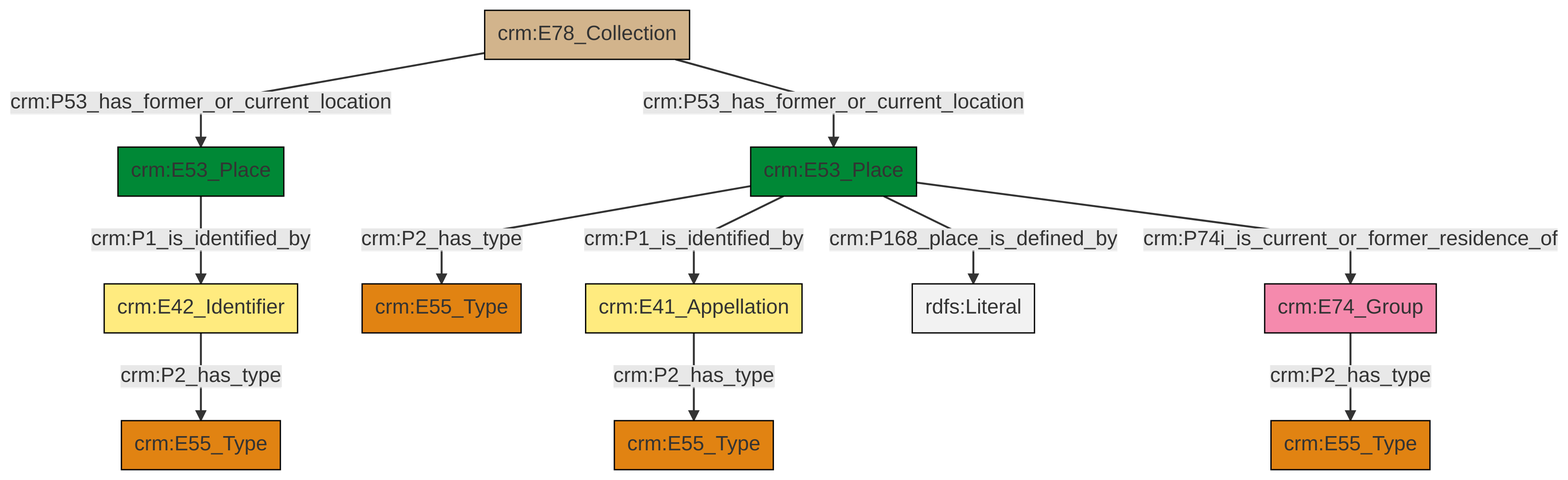
Above: et/archivalCSV/ttl/mmd/png/archival_location.png in swiss-art-research-net/docs.swissartresearch (Mermaid), before the change. Its source is kept beside it as et/archivalCSV/ttl/mmd/archival_location.ttl.mmd.
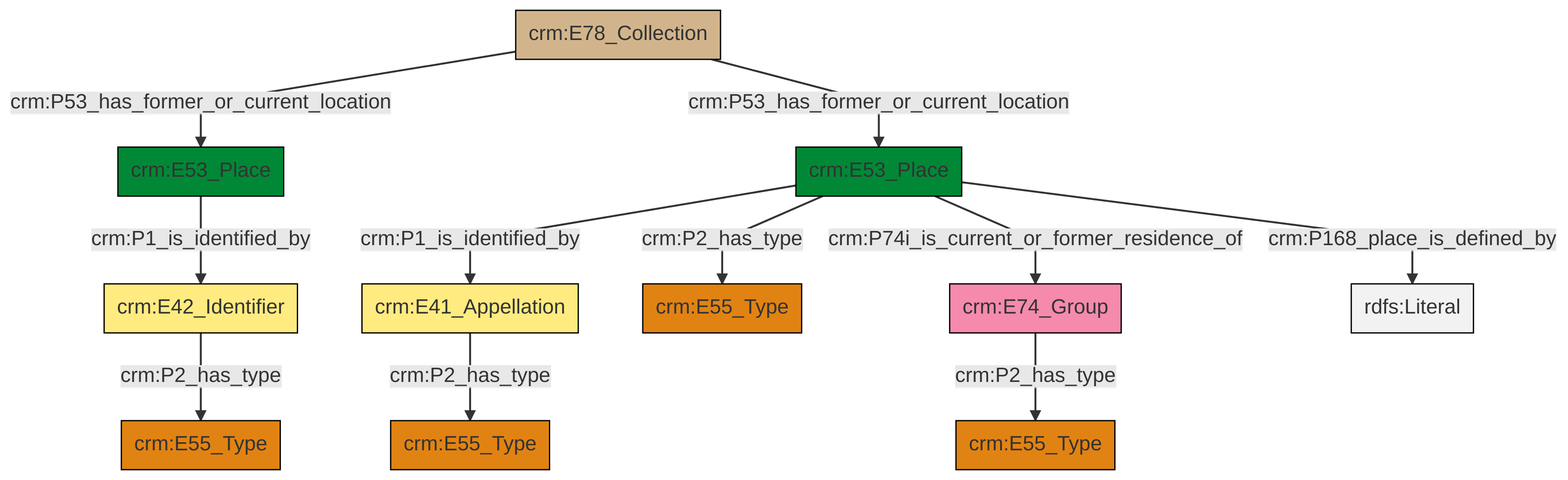
The same diagram one commit later.

What changed in the source:
```diff
@@ -13,13 +13,13 @@
 classDef PC_Classes fill:#4ce600, stroke:#000000;
 classDef Multi fill:#cccccc,stroke:#000000;
 
-0["crm:E53_Place"]:::Place -->|crm:P2_has_type| 1["crm:E55_Type"]:::Type
-2["crm:E78_Collection"]:::Physical_Thing -->|crm:P53_has_former_or_current_location| 3["crm:E53_Place"]:::Place
-2["crm:E78_Collection"]:::Physical_Thing -->|crm:P53_has_former_or_current_location| 0["crm:E53_Place"]:::Place
-3["crm:E53_Place"]:::Place -->|crm:P1_is_identified_by| 6["crm:E42_Identifier"]:::Appellation
-7["crm:E74_Group"]:::Actor -->|crm:P2_has_type| 9["crm:E55_Type"]:::Type
-0["crm:E53_Place"]:::Place -->|crm:P1_is_identified_by| 11["crm:E41_Appellation"]:::Appellation
-0["crm:E53_Place"]:::Place -->|crm:P168_place_is_defined_by| 12[rdfs:Literal]:::Literal
-0["crm:E53_Place"]:::Place -->|crm:P74i_is_current_or_former_residence_of| 7["crm:E74_Group"]:::Actor
-6["crm:E42_Identifier"]:::Appellation -->|crm:P2_has_type| 13["crm:E55_Type"]:::Type
-11["crm:E41_Appellation"]:::Appellation -->|crm:P2_has_type| 16["crm:E55_Type"]:::Type
+0["crm:E53_Place"]:::Place -->|crm:P1_is_identified_by| 1["crm:E41_Appellation"]:::Appellation
+2["crm:E53_Place"]:::Place -->|crm:P1_is_identified_by| 3["crm:E42_Identifier"]:::Appellation
+4["crm:E78_Collection"]:::Physical_Thing -->|crm:P53_has_former_or_current_location| 2["crm:E53_Place"]:::Place
+4["crm:E78_Collection"]:::Physical_Thing -->|crm:P53_has_former_or_current_location| 0["crm:E53_Place"]:::Place
+12["crm:E74_Group"]:::Actor -->|crm:P2_has_type| 13["crm:E55_Type"]:::Type
+1["crm:E41_Appellation"]:::Appellation -->|crm:P2_has_type| 14["crm:E55_Type"]:::Type
+0["crm:E53_Place"]:::Place -->|crm:P168_place_is_defined_by| 15[rdfs:Literal]:::Literal
+0["crm:E53_Place"]:::Place -->|crm:P2_has_type| 5["crm:E55_Type"]:::Type
+0["crm:E53_Place"]:::Place -->|crm:P74i_is_current_or_former_residence_of| 12["crm:E74_Group"]:::Actor
+3["crm:E42_Identifier"]:::Appellation -->|crm:P2_has_type| 8["crm:E55_Type"]:::Type
```
